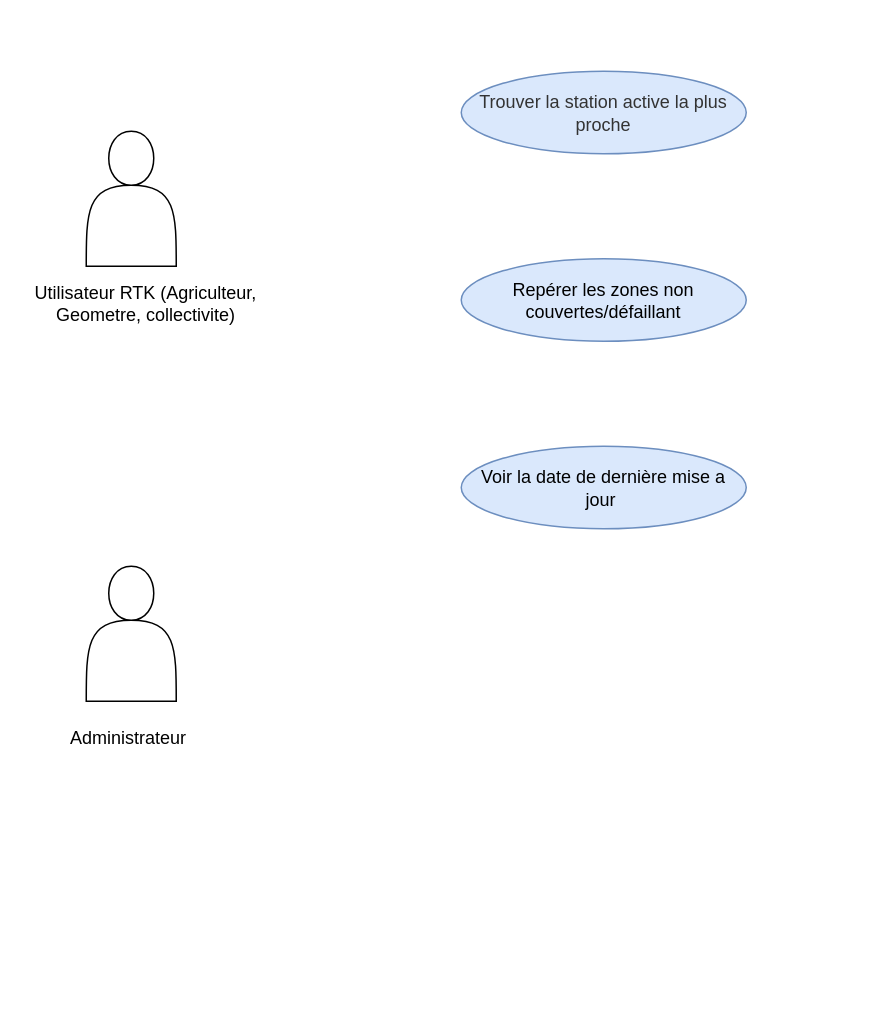
Akatebra/Projet_Info_Voronoi keeps this draw.io diagram as Diagramme sans nom.drawio. Above is the earlier version. Source tidied: cells renumbered, new cells numbered last; positions are measured from the earlier drawing's top-left corner, leaving out a move shared by most shapes. Both pictures are drawn from the tidied source at 150%, with x=0, y=0 at pixel (26, 70).
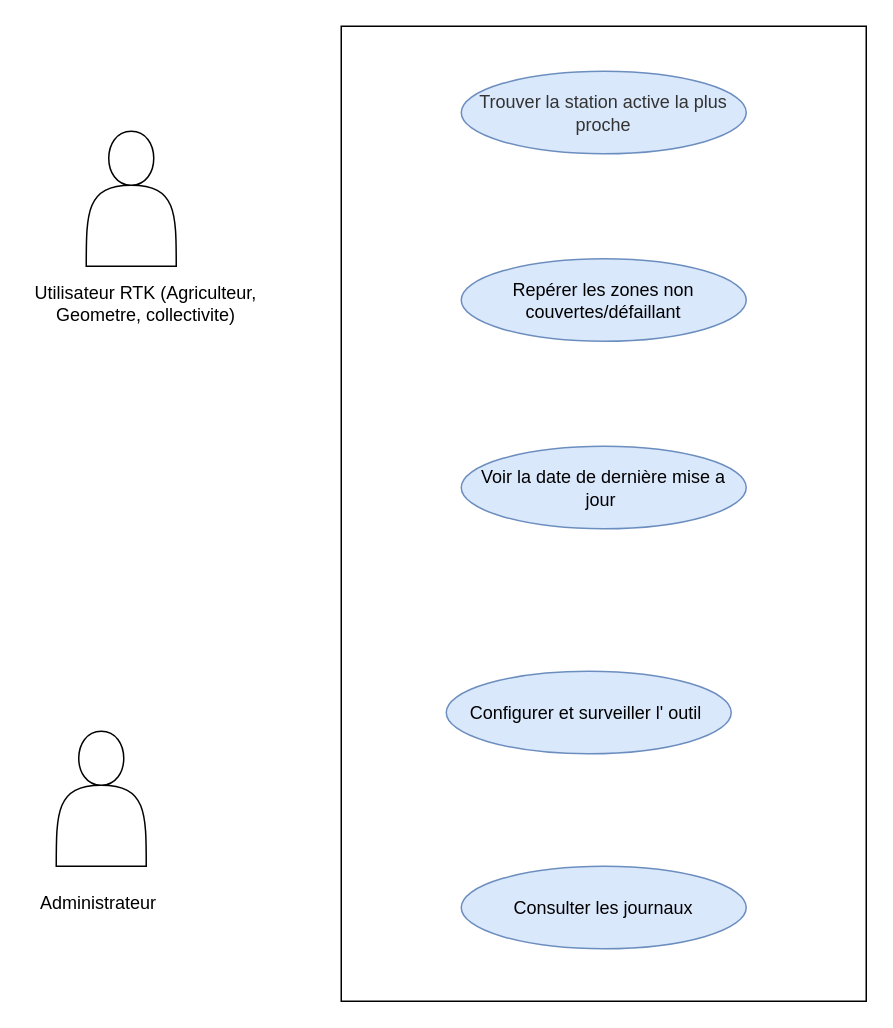
Above is the later version.

Commit message:
Mettre à jour Diagramme sans nom.drawio

What changed in the source:
```diff
@@
 <mxGraphModel>
   <root>
     <mxCell id="0" />
     <mxCell id="1" parent="0" />
+    <mxCell id="9" style="rounded=0;whiteSpace=wrap;html=1;rotation=90;" parent="1" vertex="1">
+      <mxGeometry x="60" y="120" width="650" height="350" as="geometry" />
+    </mxCell>
     <mxCell id="2" style="shape=actor;whiteSpace=wrap;html=1;" parent="1" vertex="1">
       <mxGeometry x="40" y="40" width="60" height="90" as="geometry" />
     </mxCell>
     <mxCell id="3" value="Utilisateur RTK (Agriculteur, Geometre, collectivite)" style="text;html=1;whiteSpace=wrap;strokeColor=none;fillColor=none;align=center;verticalAlign=middle;rounded=0;" parent="1" vertex="1">
       <mxGeometry y="140" width="160" height="30" as="geometry" />
     </mxCell>
     <mxCell id="4" style="shape=actor;whiteSpace=wrap;html=1;" parent="1" vertex="1">
-      <mxGeometry x="40" y="330" width="60" height="90" as="geometry" />
+      <mxGeometry x="20" y="440" width="60" height="90" as="geometry" />
     </mxCell>
     <mxCell id="5" value="&lt;span style=&quot;color: rgb(51, 51, 51);&quot;&gt;Trouver la station active la plus proche&lt;/span&gt;" style="ellipse;whiteSpace=wrap;html=1;shapeInside=1;fillColor=#dae8fc;strokeColor=#6c8ebf;" parent="1" vertex="1">
       <mxGeometry x="290" width="190" height="55" as="geometry" />
     </mxCell>
     <mxCell id="6" value="Repérer les zones non couvertes/défaillant" style="ellipse;whiteSpace=wrap;html=1;shapeInside=1;fillColor=#dae8fc;strokeColor=#6c8ebf;" parent="1" vertex="1">
       <mxGeometry x="290" y="125" width="190" height="55" as="geometry" />
     </mxCell>
     <mxCell id="7" value="Voir la date de dernière mise a jour&amp;nbsp;" style="ellipse;whiteSpace=wrap;html=1;shapeInside=1;fillColor=#dae8fc;strokeColor=#6c8ebf;" parent="1" vertex="1">
       <mxGeometry x="290" y="250" width="190" height="55" as="geometry" />
     </mxCell>
     <mxCell id="8" value="Administrateur&amp;nbsp;" style="text;html=1;whiteSpace=wrap;strokeColor=none;fillColor=none;align=center;verticalAlign=middle;rounded=0;" parent="1" vertex="1">
-      <mxGeometry x="40" y="430" width="60" height="30" as="geometry" />
+      <mxGeometry x="20" y="540" width="60" height="30" as="geometry" />
     </mxCell>
+    <mxCell id="10" value="Configurer et surveiller l' outil&amp;nbsp;" style="ellipse;whiteSpace=wrap;html=1;shapeInside=1;fillColor=#dae8fc;strokeColor=#6c8ebf;" parent="1" vertex="1">
+      <mxGeometry x="280" y="400" width="190" height="55" as="geometry" />
+    </mxCell>
+    <mxCell id="11" value="Consulter les journaux" style="ellipse;whiteSpace=wrap;html=1;shapeInside=1;fillColor=#dae8fc;strokeColor=#6c8ebf;" parent="1" vertex="1">
+      <mxGeometry x="290" y="530" width="190" height="55" as="geometry" />
+    </mxCell>
   </root>
 </mxGraphModel>
```
